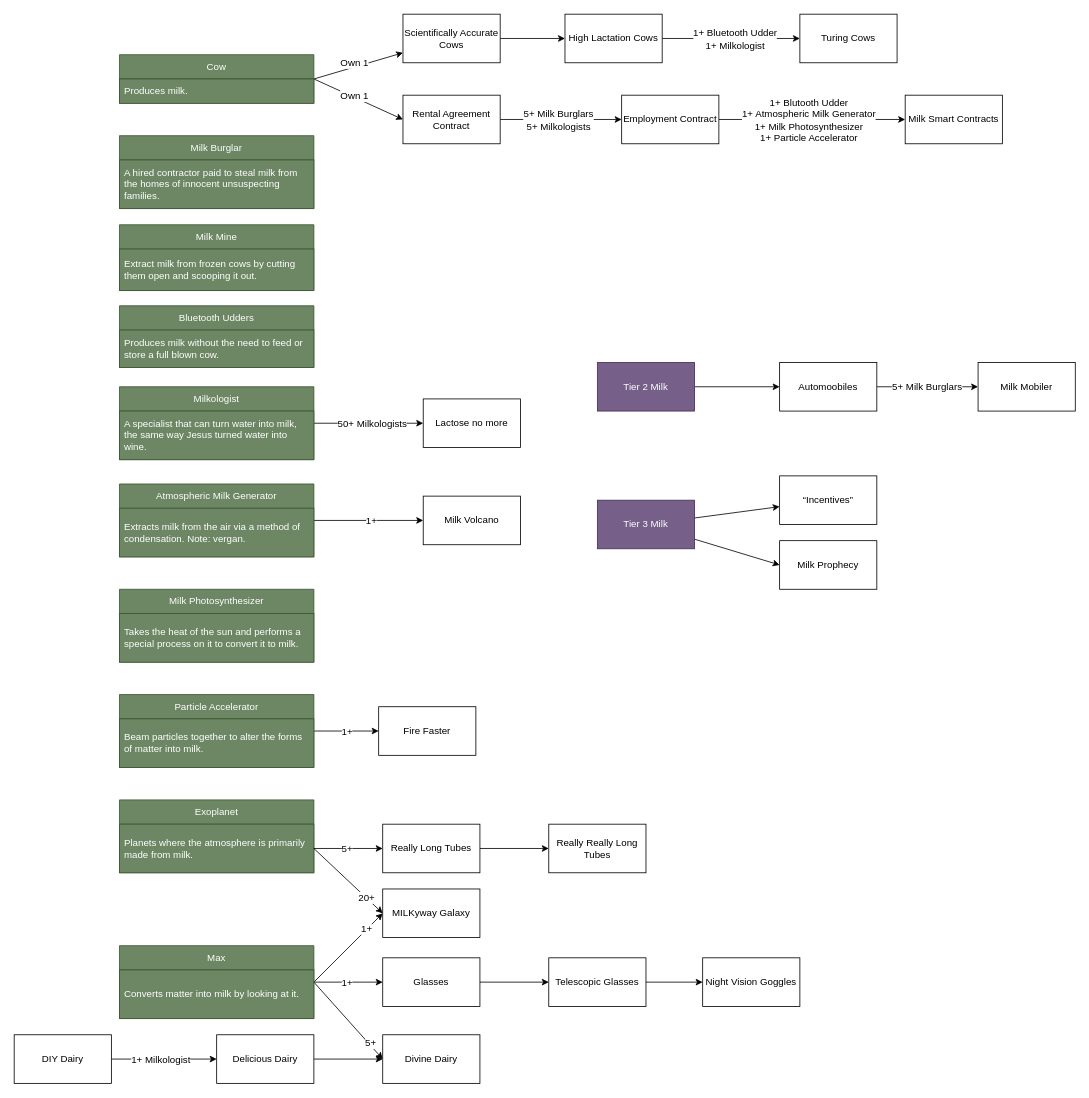
Earlier version of the draw.io diagram src/lib/data/upgrades.drawio (tdib/milky-clicker). Source tidied: cells renumbered, new cells numbered last; positions are measured from the earlier drawing's top-left corner, leaving out a move shared by most shapes. Both pictures are drawn from the tidied source at 81%, with x=0, y=0 at pixel (14, 14).
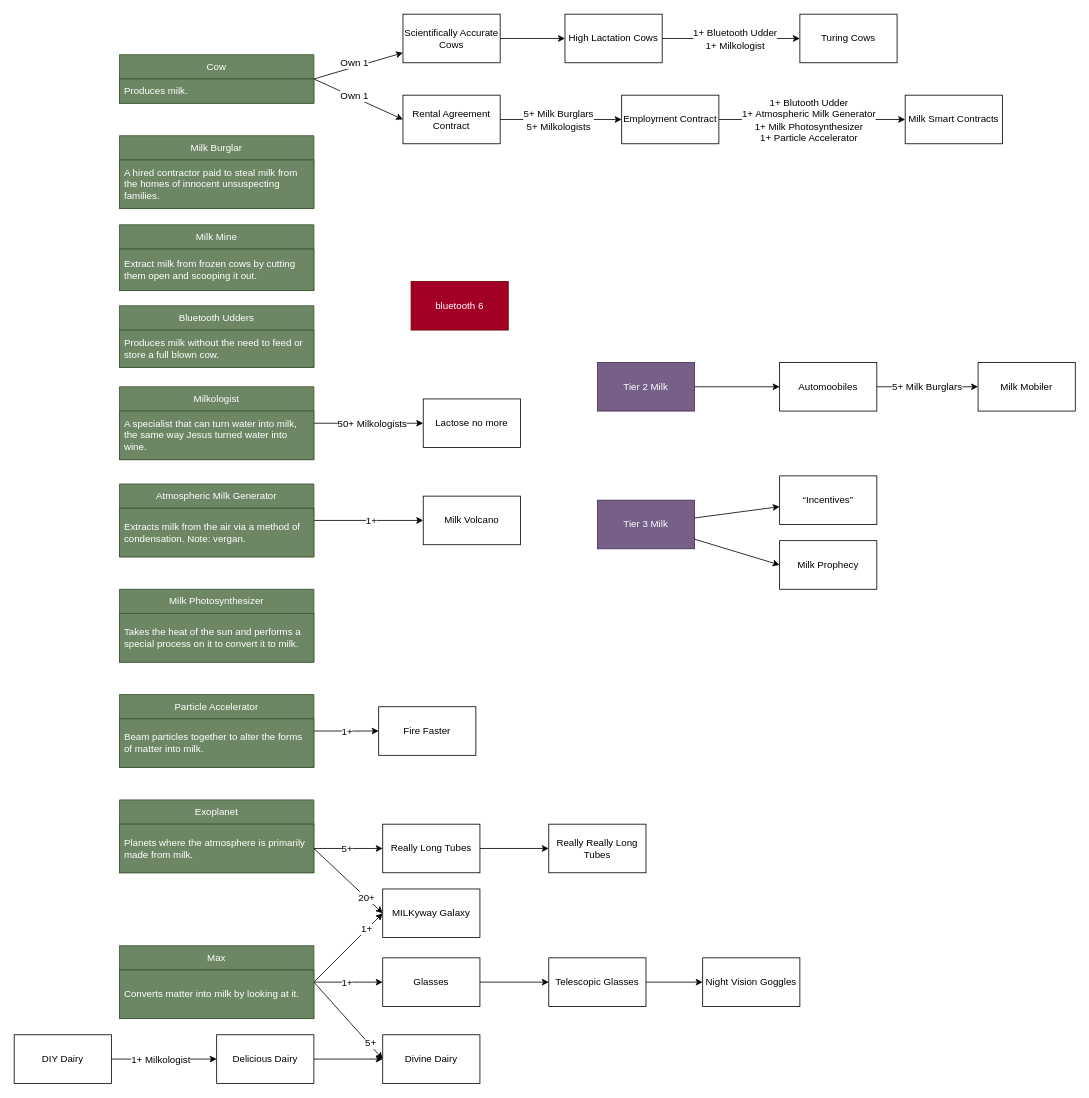
After the change.

Diff of the diagram source:
```diff
@@
+    <mxCell id="84" value="bluetooth 6" style="whiteSpace=wrap;html=1;fillColor=#a20025;fontColor=#ffffff;strokeColor=#6F0000;" parent="1" vertex="1">
+      <mxGeometry x="490" y="330" width="120" height="60" as="geometry" />
+    </mxCell>
```
